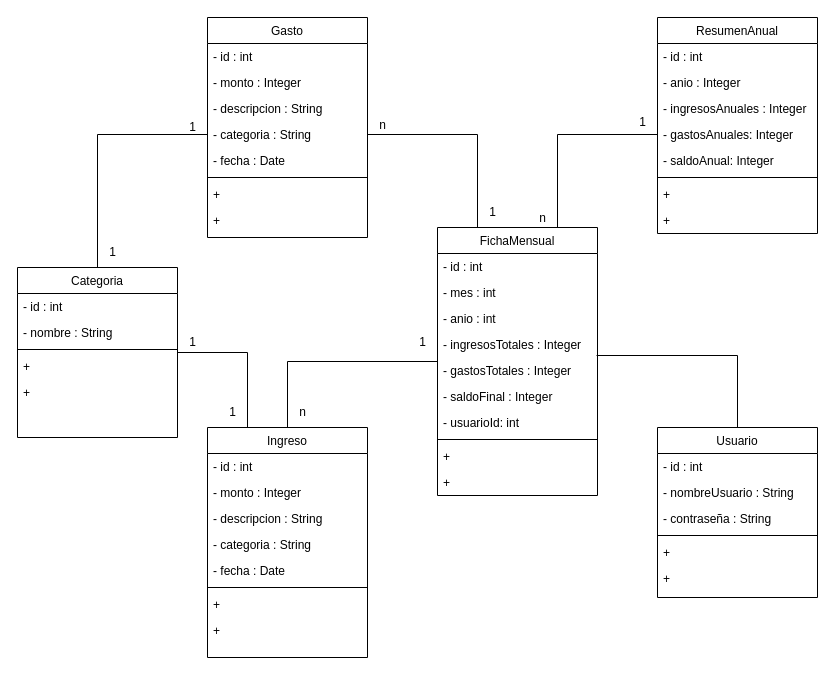
The draw.io diagram Diagrama UML.drawio in BreakingNS/ProyectoFinanzas, before the edit. Source tidied: cells renumbered, new cells numbered last; positions are measured from the earlier drawing's top-left corner, leaving out a move shared by most shapes. Both pictures are drawn from the tidied source at 100%, with x=0, y=0 at pixel (17, 17).
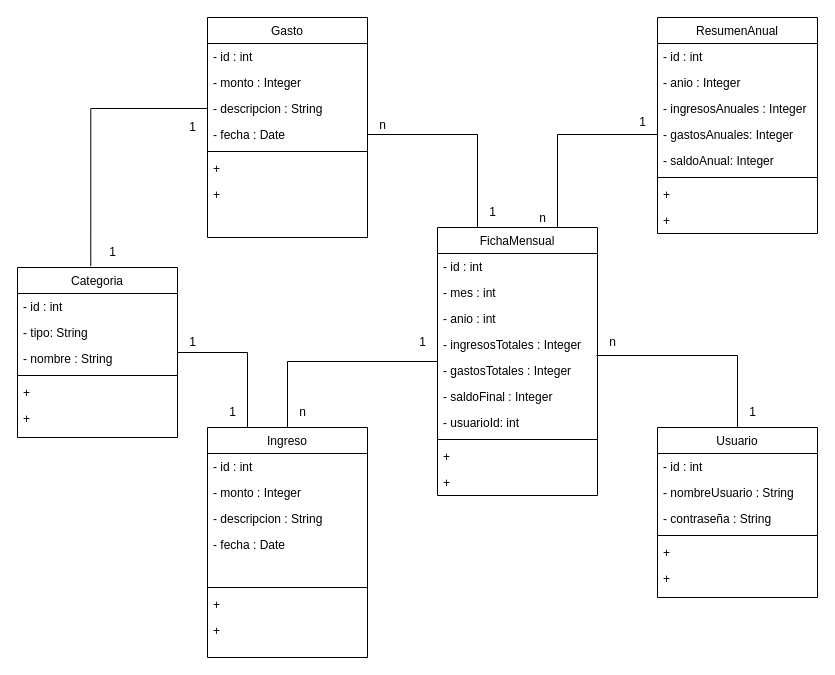
The same page after the edit.

Unchanged cells that the change refers to:
```xml
<mxCell id="4" value="FichaMensual" style="swimlane;fontStyle=0;align=center;verticalAlign=top;horizontal=1;startSize=26;rounded=0;shadow=0;strokeWidth=1;" parent="1" vertex="1">
  <mxGeometry x="420" y="210" width="160" height="268" as="geometry" />
</mxCell>
<mxCell id="15" value="Gasto" style="swimlane;fontStyle=0;align=center;verticalAlign=top;horizontal=1;startSize=26;rounded=0;shadow=0;strokeWidth=1;" parent="1" vertex="1">
  <mxGeometry x="190" width="160" height="220" as="geometry" />
</mxCell>
<mxCell id="18" value="- descripcion : String" style="text;align=left;verticalAlign=top;spacingLeft=4;spacingRight=4;overflow=hidden;points=[[0,0.5],[1,0.5]];portConstraint=eastwest;rounded=0;shadow=0;html=0;" parent="15" vertex="1">
  <mxGeometry y="78" width="160" height="26" as="geometry" />
</mxCell>
<mxCell id="24" value="Ingreso" style="swimlane;fontStyle=0;align=center;verticalAlign=top;horizontal=1;startSize=26;rounded=0;shadow=0;strokeWidth=1;" parent="1" vertex="1">
  <mxGeometry x="190" y="410" width="160" height="230" as="geometry" />
</mxCell>
<mxCell id="35" value="Categoria" style="swimlane;fontStyle=0;align=center;verticalAlign=top;horizontal=1;startSize=26;rounded=0;shadow=0;strokeWidth=1;" parent="1" vertex="1">
  <mxGeometry y="250" width="160" height="170" as="geometry" />
</mxCell>
```

What changed in the source:
```diff
@@
-    <mxCell id="2" style="edgeStyle=orthogonalEdgeStyle;rounded=0;jettySize=auto;html=1;entryX=1;entryY=0.5;entryDx=0;entryDy=0;endArrow=none;endFill=0;" parent="1" edge="1" source="4" target="19">
+    <mxCell id="2" style="edgeStyle=orthogonalEdgeStyle;rounded=0;jettySize=auto;html=1;entryX=1;entryY=0.5;entryDx=0;entryDy=0;endArrow=none;endFill=0;" parent="1" edge="1" source="4">
       <mxGeometry relative="1" as="geometry">
+        <mxPoint x="350" y="117" as="targetPoint" />
         <Array as="points">
           <mxPoint x="460" y="117" />
         </Array>
       </mxGeometry>
     </mxCell>
@@
-    <mxCell id="19" value="- categoria : String" style="text;align=left;verticalAlign=top;spacingLeft=4;spacingRight=4;overflow=hidden;points=[[0,0.5],[1,0.5]];portConstraint=eastwest;rounded=0;shadow=0;html=0;" parent="15" vertex="1">
-      <mxGeometry y="104" width="160" height="26" as="geometry" />
-    </mxCell>
     <mxCell id="20" value="- fecha : Date" style="text;align=left;verticalAlign=top;spacingLeft=4;spacingRight=4;overflow=hidden;rounded=0;shadow=0;html=0;" parent="15" vertex="1">
-      <mxGeometry y="130" width="160" height="26" as="geometry" />
+      <mxGeometry y="104" width="160" height="26" as="geometry" />
     </mxCell>
     <mxCell id="21" style="line;html=1;strokeWidth=1;align=left;verticalAlign=middle;spacingTop=-1;spacingLeft=3;spacingRight=3;labelPosition=right;" parent="15" vertex="1">
-      <mxGeometry y="156" width="160" height="8" as="geometry" />
+      <mxGeometry y="130" width="160" height="8" as="geometry" />
     </mxCell>
     <mxCell id="22" value="+" style="text;align=left;verticalAlign=top;spacingLeft=4;spacingRight=4;overflow=hidden;fontStyle=0;" parent="15" vertex="1">
-      <mxGeometry y="164" width="160" height="26" as="geometry" />
+      <mxGeometry y="138" width="160" height="26" as="geometry" />
     </mxCell>
     <mxCell id="23" value="+" style="text;align=left;verticalAlign=top;spacingLeft=4;spacingRight=4;overflow=hidden;" parent="15" vertex="1">
-      <mxGeometry y="190" width="160" height="26" as="geometry" />
+      <mxGeometry y="164" width="160" height="26" as="geometry" />
     </mxCell>
@@
+    <mxCell id="29" value="- fecha : Date" style="text;align=left;verticalAlign=top;spacingLeft=4;spacingRight=4;overflow=hidden;rounded=0;shadow=0;html=0;" parent="24" vertex="1">
+      <mxGeometry y="104" width="160" height="26" as="geometry" />
+    </mxCell>
-    <mxCell id="28" value="- categoria : String" style="text;align=left;verticalAlign=top;spacingLeft=4;spacingRight=4;overflow=hidden;rounded=0;shadow=0;html=0;" parent="24" vertex="1">
-      <mxGeometry y="104" width="160" height="26" as="geometry" />
+    <mxCell id="28" value="&#10;" style="text;align=left;verticalAlign=top;spacingLeft=4;spacingRight=4;overflow=hidden;rounded=0;shadow=0;html=0;" parent="24" vertex="1">
+      <mxGeometry y="130" width="160" height="26" as="geometry" />
     </mxCell>
-    <mxCell id="29" value="- fecha : Date" style="text;align=left;verticalAlign=top;spacingLeft=4;spacingRight=4;overflow=hidden;rounded=0;shadow=0;html=0;" parent="24" vertex="1">
-      <mxGeometry y="130" width="160" height="26" as="geometry" />
-    </mxCell>
@@
-    <mxCell id="33" style="edgeStyle=orthogonalEdgeStyle;rounded=0;jettySize=auto;html=1;entryX=0;entryY=0.5;entryDx=0;entryDy=0;endArrow=none;endFill=0;" parent="1" edge="1" source="35" target="19">
-      <mxGeometry relative="1" as="geometry" />
-    </mxCell>
@@
+    <mxCell id="69" value="- tipo: String" style="text;align=left;verticalAlign=top;spacingLeft=4;spacingRight=4;overflow=hidden;" parent="35" vertex="1">
+      <mxGeometry y="52" width="160" height="26" as="geometry" />
+    </mxCell>
     <mxCell id="37" value="- nombre : String" style="text;align=left;verticalAlign=top;spacingLeft=4;spacingRight=4;overflow=hidden;" parent="35" vertex="1">
-      <mxGeometry y="52" width="160" height="26" as="geometry" />
+      <mxGeometry y="78" width="160" height="26" as="geometry" />
     </mxCell>
     <mxCell id="38" style="line;html=1;strokeWidth=1;align=left;verticalAlign=middle;spacingTop=-1;spacingLeft=3;spacingRight=3;labelPosition=right;" parent="35" vertex="1">
-      <mxGeometry y="78" width="160" height="8" as="geometry" />
+      <mxGeometry y="104" width="160" height="8" as="geometry" />
     </mxCell>
     <mxCell id="39" value="+" style="text;align=left;verticalAlign=top;spacingLeft=4;spacingRight=4;overflow=hidden;fontStyle=0;" parent="35" vertex="1">
-      <mxGeometry y="86" width="160" height="26" as="geometry" />
+      <mxGeometry y="112" width="160" height="26" as="geometry" />
     </mxCell>
     <mxCell id="40" value="+" style="text;align=left;verticalAlign=top;spacingLeft=4;spacingRight=4;overflow=hidden;" parent="35" vertex="1">
-      <mxGeometry y="112" width="160" height="26" as="geometry" />
+      <mxGeometry y="138" width="160" height="26" as="geometry" />
     </mxCell>
@@
+    <mxCell id="70" style="edgeStyle=orthogonalEdgeStyle;rounded=0;jettySize=auto;html=1;entryX=0.458;entryY=-0.008;entryDx=0;entryDy=0;entryPerimeter=0;endArrow=none;endFill=0;" parent="1" edge="1" source="18" target="35">
+      <mxGeometry relative="1" as="geometry" />
+    </mxCell>
+    <mxCell id="71" value="n" style="text;html=1;align=center;verticalAlign=middle;strokeColor=none;fillColor=none;" parent="1" vertex="1">
+      <mxGeometry x="580" y="310" width="30" height="30" as="geometry" />
+    </mxCell>
+    <mxCell id="72" value="1" style="text;html=1;align=center;verticalAlign=middle;strokeColor=none;fillColor=none;" parent="1" vertex="1">
+      <mxGeometry x="720" y="380" width="30" height="30" as="geometry" />
+    </mxCell>
```
